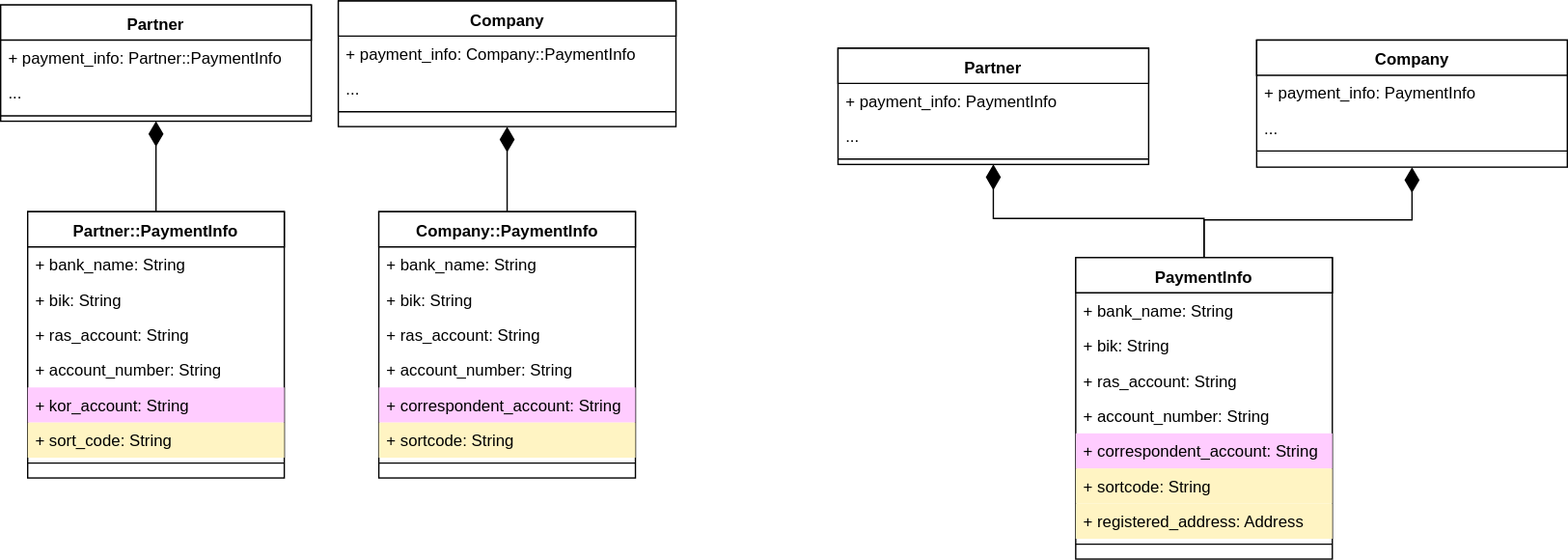
Above: payment-info.svg in ajile/draw-io (draw.io), before the change. Source tidied: cells renumbered, new cells last; positions are measured from the earlier drawing's top-left corner, leaving out a move shared by most shapes.
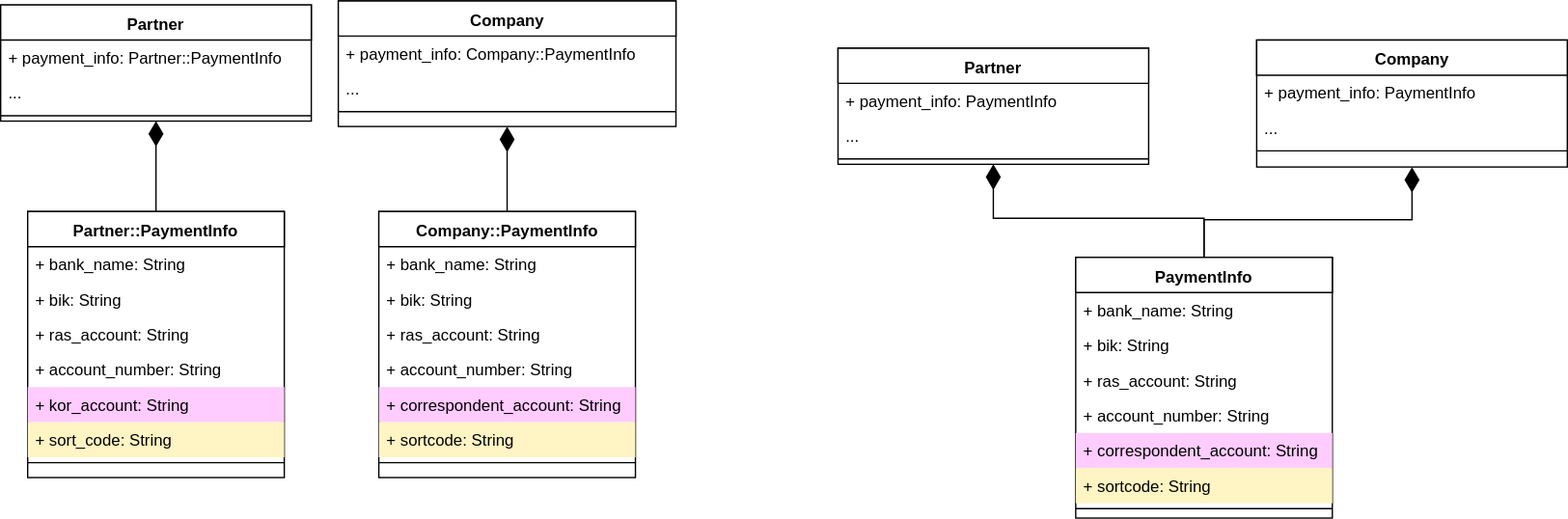
After the change.

Change to the diagram source:
```diff
@@ -87,7 +87,7 @@
       <mxGeometry relative="1" as="geometry" />
     </mxCell>
     <mxCell id="30" value="&lt;span&gt;PaymentInfo&lt;/span&gt;" style="swimlane;html=1;fontStyle=1;align=center;verticalAlign=top;horizontal=1;startSize=26;swimlaneFillColor=#ffffff;" parent="1" vertex="1">
-      <mxGeometry x="796" y="190" width="190" height="223" as="geometry" />
+      <mxGeometry x="796" y="190" width="190" height="193" as="geometry" />
     </mxCell>
     <mxCell id="31" value="+ bank_name: String" style="text;html=1;strokeColor=none;fillColor=none;align=left;verticalAlign=top;spacingLeft=4;spacingRight=4;whiteSpace=wrap;overflow=hidden;" parent="30" vertex="1">
       <mxGeometry y="26" width="190" height="26" as="geometry" />
@@ -107,11 +107,8 @@
     <mxCell id="36" value="+ sortcode: String" style="text;html=1;strokeColor=none;fillColor=#FFF4C3;align=left;verticalAlign=top;spacingLeft=4;spacingRight=4;whiteSpace=wrap;overflow=hidden;" parent="30" vertex="1">
       <mxGeometry y="156" width="190" height="26" as="geometry" />
     </mxCell>
-    <mxCell id="37" value="+ registered_address: Address" style="text;html=1;strokeColor=none;fillColor=#FFF4C3;align=left;verticalAlign=top;spacingLeft=4;spacingRight=4;whiteSpace=wrap;overflow=hidden;" parent="30" vertex="1">
-      <mxGeometry y="182" width="190" height="26" as="geometry" />
-    </mxCell>
     <mxCell id="38" style="line;html=1;strokeWidth=1;fillColor=none;align=left;verticalAlign=middle;spacingTop=-1;spacingLeft=3;spacingRight=3;labelPosition=right;" parent="30" vertex="1">
-      <mxGeometry y="208" width="190" height="8" as="geometry" />
+      <mxGeometry y="182" width="190" height="8" as="geometry" />
     </mxCell>
     <mxCell id="39" value="Company" style="swimlane;html=1;fontStyle=1;align=center;verticalAlign=top;horizontal=1;startSize=26;swimlaneFillColor=#ffffff;" parent="1" vertex="1">
       <mxGeometry x="930" y="29" width="230" height="94" as="geometry" />
```
